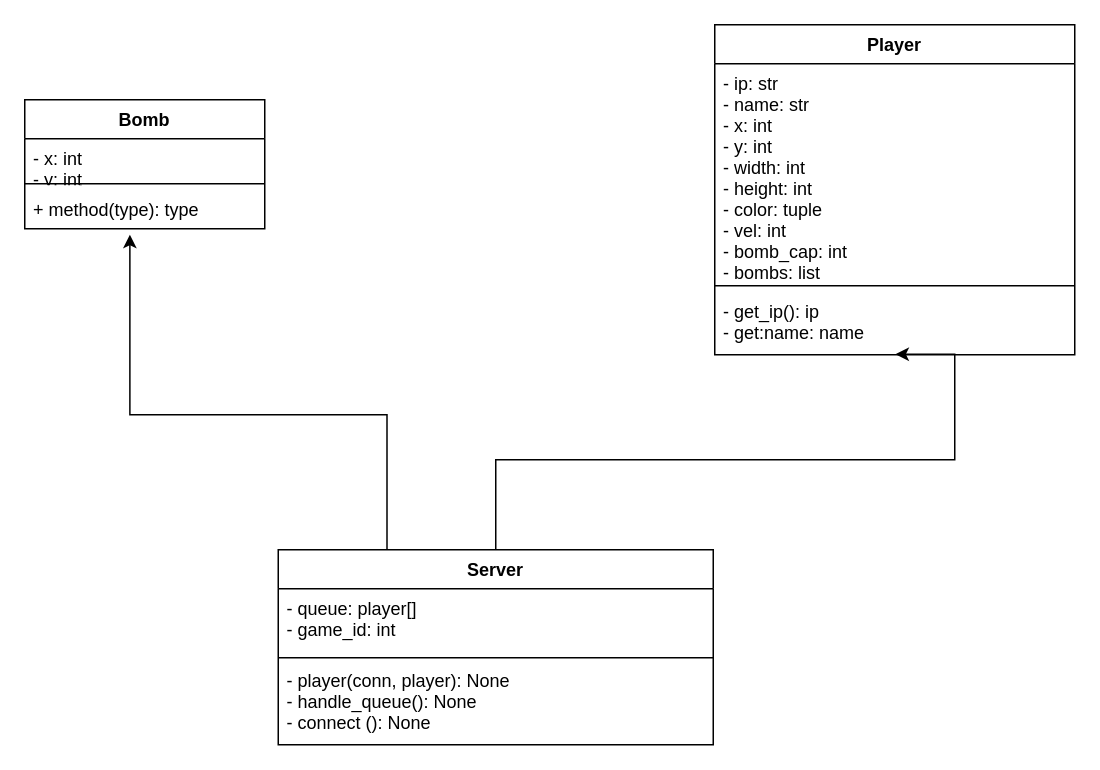
Before: .drawio in Truntaler/TM-Project, a draw.io diagram. Source tidied: cells renumbered, new cells numbered last; positions are measured from the earlier drawing's top-left corner, leaving out a move shared by most shapes. Both pictures are drawn from the tidied source at 150%, with x=0, y=0 at pixel (24, 24).
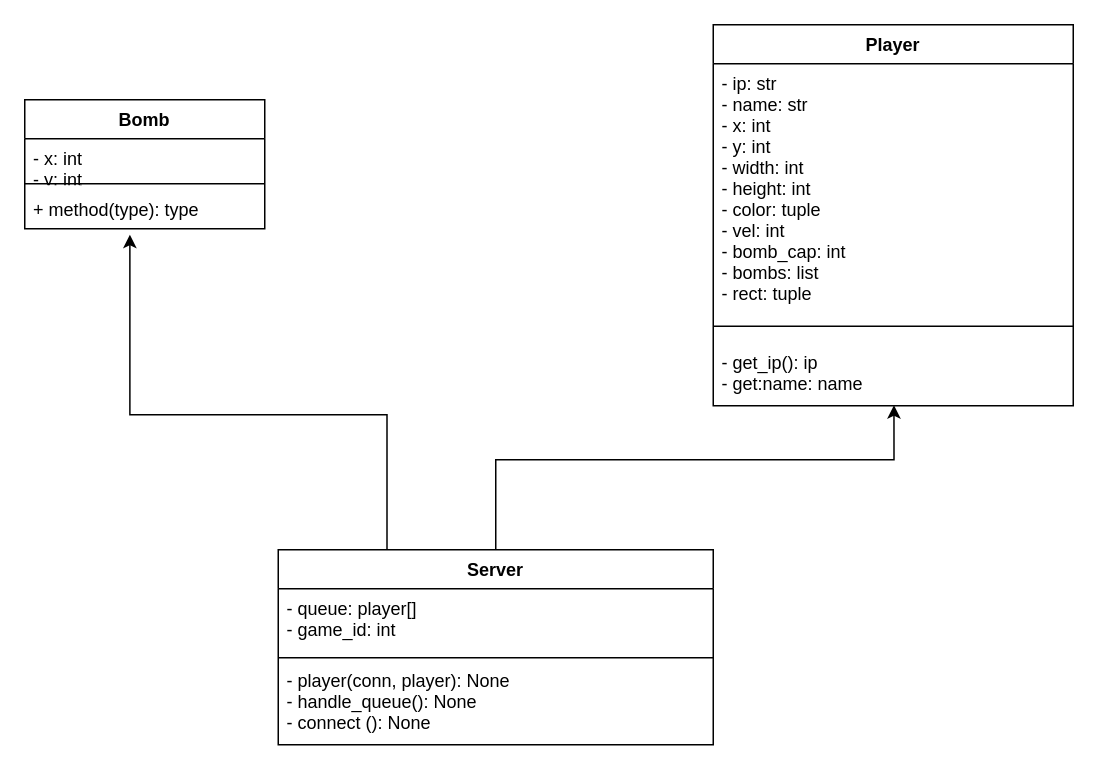
The same diagram, later.

Unchanged cells that the change refers to:
```xml
<mxCell id="4" value="Server" style="swimlane;fontStyle=1;align=center;verticalAlign=top;horizontal=1;startSize=26;" parent="1" vertex="1">
  <mxGeometry x="169" y="350" width="290" height="130" as="geometry" />
</mxCell>
```

What changed in the source:
```diff
@@
     <mxCell id="2" style="edgeStyle=orthogonalEdgeStyle;rounded=0;jettySize=auto;html=1;exitX=0.5;exitY=0;exitDx=0;exitDy=0;entryX=0.502;entryY=0.992;entryDx=0;entryDy=0;entryPerimeter=0;" parent="1" edge="1" source="4" target="12">
       <mxGeometry relative="1" as="geometry">
         <Array as="points">
           <mxPoint x="314" y="290" />
-          <mxPoint x="620" y="290" />
+          <mxPoint x="580" y="290" />
         </Array>
       </mxGeometry>
     </mxCell>
@@
     <mxCell id="9" value="Player" style="swimlane;fontStyle=1;align=center;verticalAlign=top;horizontal=1;startSize=26;" parent="1" vertex="1">
-      <mxGeometry x="460" width="240" height="220" as="geometry" />
+      <mxGeometry x="459" width="240" height="254" as="geometry" />
     </mxCell>
-    <mxCell id="10" value="- ip: str&#10;- name: str &#10;- x: int&#10;- y: int&#10;- width: int&#10;- height: int&#10;- color: tuple&#10;- vel: int&#10;- bomb_cap: int&#10;- bombs: list&#10;&#10;&#10;" style="text;strokeColor=none;fillColor=none;align=left;verticalAlign=top;spacingLeft=4;spacingRight=4;overflow=hidden;" parent="9" vertex="1">
-      <mxGeometry y="26" width="240" height="144" as="geometry" />
+    <mxCell id="10" value="- ip: str&#10;- name: str &#10;- x: int&#10;- y: int&#10;- width: int&#10;- height: int&#10;- color: tuple&#10;- vel: int&#10;- bomb_cap: int&#10;- bombs: list&#10;- rect: tuple&#10;&#10;&#10;" style="text;strokeColor=none;fillColor=none;align=left;verticalAlign=top;spacingLeft=4;spacingRight=4;overflow=hidden;" parent="9" vertex="1">
+      <mxGeometry y="26" width="240" height="164" as="geometry" />
     </mxCell>
     <mxCell id="11" style="line;strokeWidth=1;fillColor=none;align=left;verticalAlign=middle;spacingTop=-1;spacingLeft=3;spacingRight=3;labelPosition=right;" parent="9" vertex="1">
-      <mxGeometry y="170" width="240" height="8" as="geometry" />
+      <mxGeometry y="190" width="240" height="22" as="geometry" />
     </mxCell>
     <mxCell id="12" value="- get_ip(): ip&#10;- get:name: name" style="text;strokeColor=none;fillColor=none;align=left;verticalAlign=top;spacingLeft=4;spacingRight=4;overflow=hidden;points=[[0,0.5],[1,0.5]];portConstraint=eastwest;" parent="9" vertex="1">
-      <mxGeometry y="178" width="240" height="42" as="geometry" />
+      <mxGeometry y="212" width="240" height="42" as="geometry" />
     </mxCell>
```
